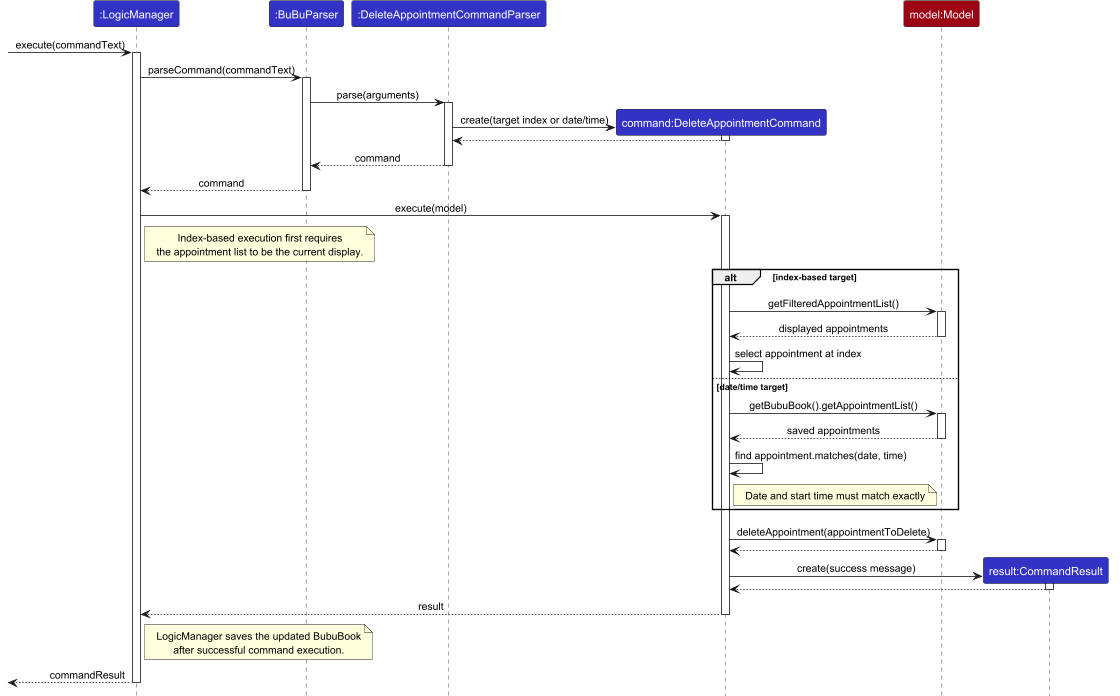
Before: docs/images/DeleteAppointmentSequenceDiagram.png, a diagram exported from PlantUML (0218hy/tp). Its source is kept beside it as docs/diagrams/DeleteAppointmentSequenceDiagram.puml.
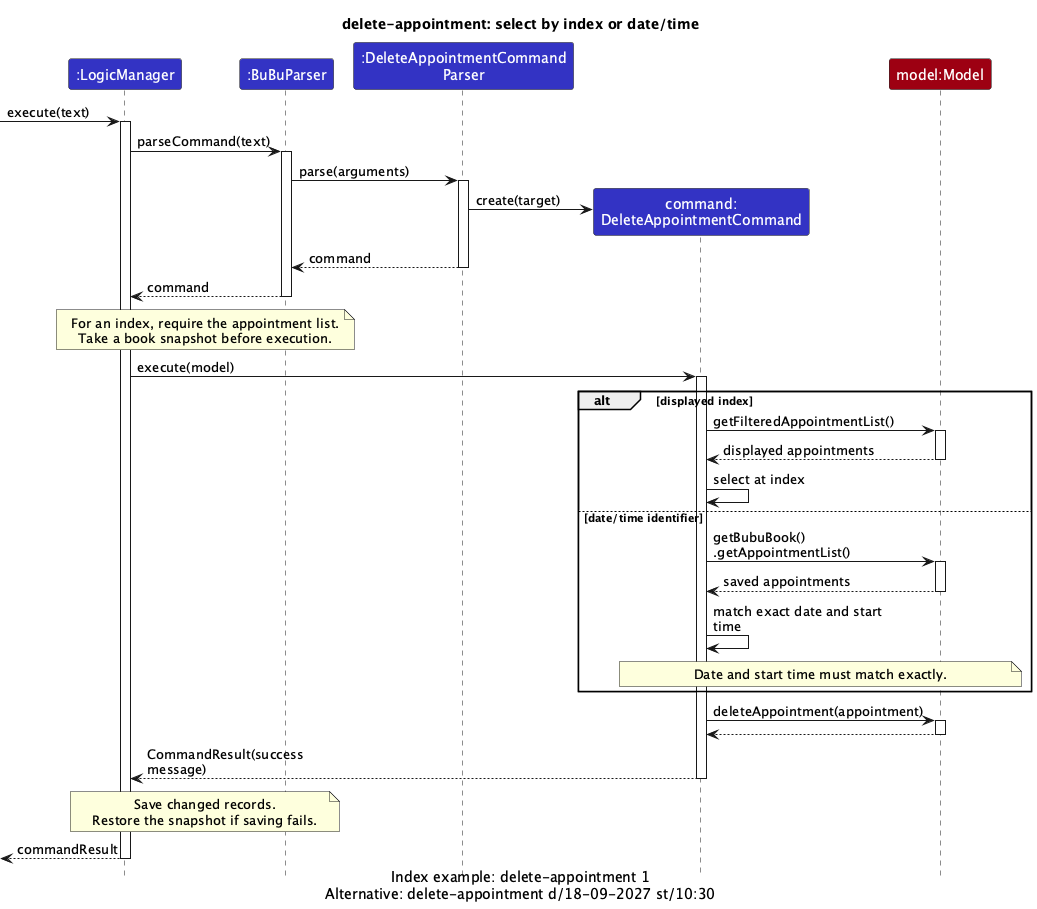
After the commit.

Commit message:
Improve Logic guide readability and label command diagrams

What changed in the source:
```diff
@@ -1,52 +1,49 @@
 @startuml
 !include style.puml
 skinparam ArrowFontStyle plain
-title Deleting an appointment by index or date/time
+skinparam ParticipantPadding 5
+skinparam SequenceMessageAlign left
+skinparam maxMessageSize 180
+title delete-appointment: select by index or date/time
+caption Index example: delete-appointment 1\nAlternative: delete-appointment d/18-09-2027 st/10:30
 
-Participant ":LogicManager" as logic LOGIC_COLOR
-Participant ":BuBuParser" as parser LOGIC_COLOR
-Participant ":DeleteAppointmentCommandParser" as dap LOGIC_COLOR
-Participant "command:DeleteAppointmentCommand" as command LOGIC_COLOR
-Participant "model:Model" as model MODEL_COLOR
-Participant "result:CommandResult" as result LOGIC_COLOR
+participant ":LogicManager" as logic LOGIC_COLOR
+participant ":BuBuParser" as parser LOGIC_COLOR
+participant ":DeleteAppointmentCommand\nParser" as feature LOGIC_COLOR
+participant "command:\nDeleteAppointmentCommand" as command LOGIC_COLOR
+participant "model:Model" as model MODEL_COLOR
 
-[-> logic : execute(commandText)
+[-> logic : execute(text)
 activate logic
-logic -> parser ++: parseCommand(commandText)
-parser -> dap ++: parse(arguments)
+logic -> parser ++: parseCommand(text)
+parser -> feature ++: parse(arguments)
 create command
-dap -> command ++: create(target index or date/time)
-command --> dap --
-dap --> parser --: command
+feature -> command : create(target)
+feature --> parser --: command
 parser --> logic --: command
-
+note over logic, parser
+  For an index, require the appointment list.
+  Take a book snapshot before execution.
+end note
 logic -> command ++: execute(model)
-note right of logic
-  Index-based execution first requires
-  the appointment list to be the current display.
-end note
-alt index-based target
+alt displayed index
     command -> model ++: getFilteredAppointmentList()
     model --> command --: displayed appointments
-    command -> command : select appointment at index
-else date/time target
-    command -> model ++: getBubuBook().getAppointmentList()
+    command -> command : select at index
+else date/time identifier
+    command -> model ++: getBubuBook()\n.getAppointmentList()
     model --> command --: saved appointments
-    command -> command : find appointment.matches(date, time)
-    note right of command
-      Date and start time must match exactly
+    command -> command : match exact date and start time
+    note over command, model
+      Date and start time must match exactly.
     end note
 end
-
-command -> model ++: deleteAppointment(appointmentToDelete)
+command -> model ++: deleteAppointment(appointment)
 model --> command --
-create result
-command -> result ++: create(success message)
-result --> command --
-command --> logic --: result
-note right of logic
-  LogicManager saves the updated BubuBook
-  after successful command execution.
+command --> logic --: CommandResult(success message)
+note over logic, parser
+  Save changed records.
+  Restore the snapshot if saving fails.
 end note
 [<-- logic : commandResult
 deactivate logic
```
